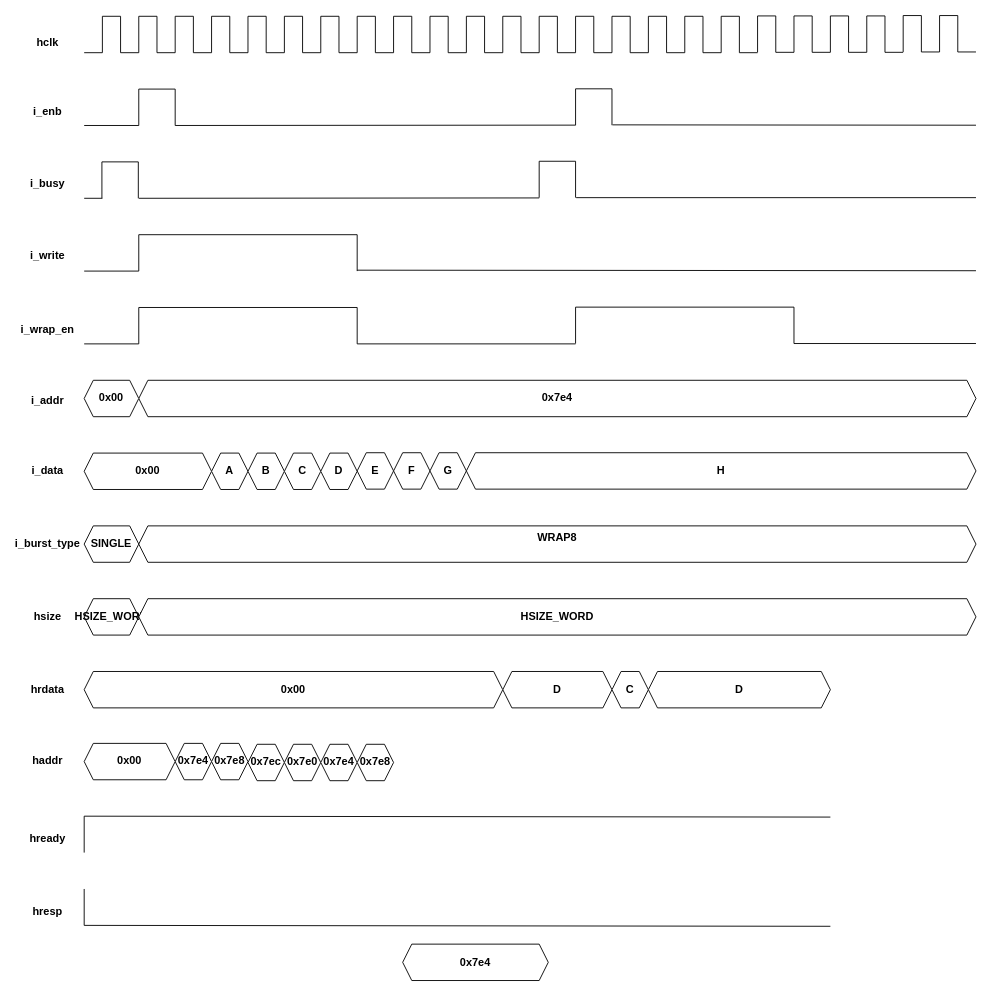
Above: page "WRAP8" (17 of 18) of AMBA AHB.drawio in 106210049/AMBA-AHB (draw.io), before the change. Source tidied: cells renumbered, new cells numbered last; positions are measured from the earlier drawing's top-left corner, leaving out a move shared by most shapes. Both pictures are drawn from the tidied source at 91%, with x=0, y=0 at pixel (20, 15).
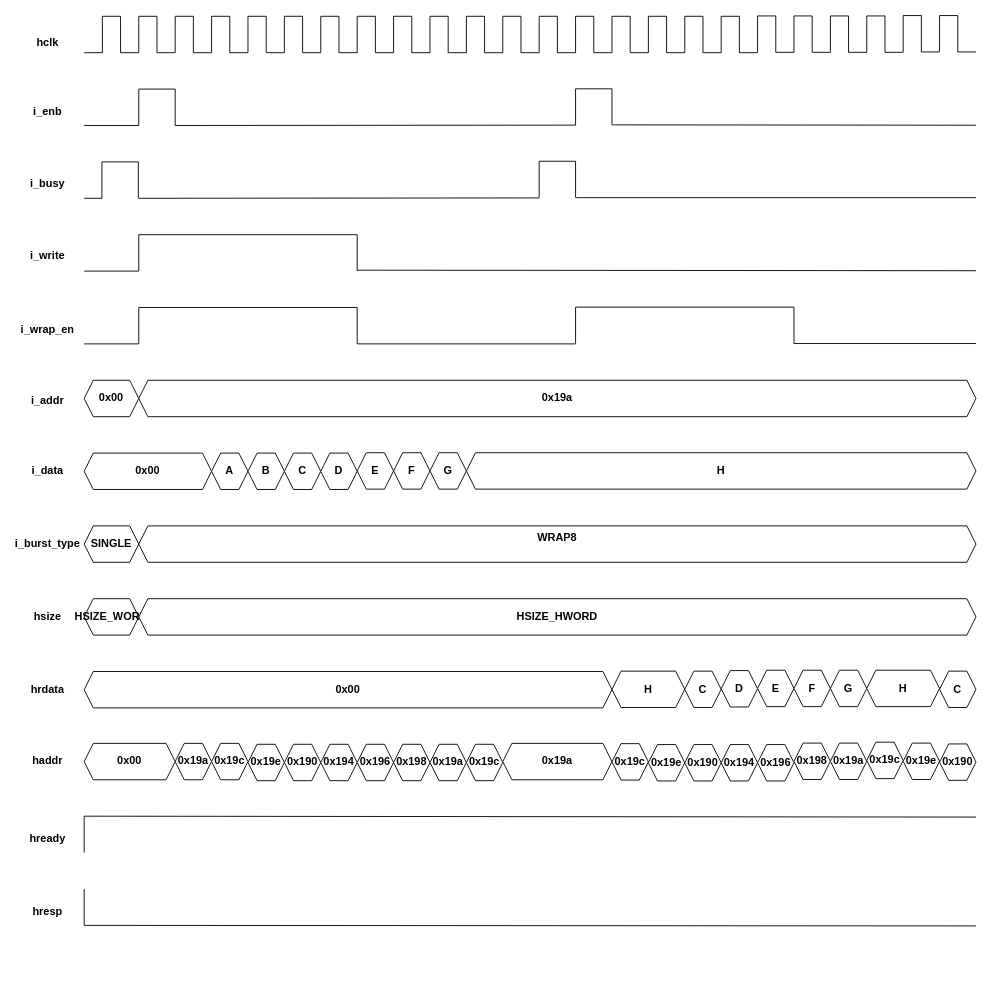
The same diagram, later.

Diff of the diagram source:
```diff
@@
-    <mxCell id="83" value="0x7e4" style="shape=hexagon;perimeter=hexagonPerimeter2;whiteSpace=wrap;html=1;shapeInside=1;fixedSize=1;size=10;fontStyle=1;" parent="1" vertex="1">
+    <mxCell id="83" value="0x19a" style="shape=hexagon;perimeter=hexagonPerimeter2;whiteSpace=wrap;html=1;shapeInside=1;fixedSize=1;size=10;fontStyle=1;" parent="1" vertex="1">
       <mxGeometry x="130" y="400.4" width="920" height="40" as="geometry" />
     </mxCell>
@@
-    <mxCell id="95" value="&lt;div&gt;HSIZE_WORD&lt;/div&gt;" style="shape=hexagon;perimeter=hexagonPerimeter2;whiteSpace=wrap;html=1;shapeInside=1;fixedSize=1;size=10;fontStyle=1;" parent="1" vertex="1">
+    <mxCell id="95" value="&lt;div&gt;HSIZE_HWORD&lt;/div&gt;" style="shape=hexagon;perimeter=hexagonPerimeter2;whiteSpace=wrap;html=1;shapeInside=1;fixedSize=1;size=10;fontStyle=1;" parent="1" vertex="1">
       <mxGeometry x="130" y="640.4" width="920" height="40" as="geometry" />
     </mxCell>
@@
-    <mxCell id="110" value="D" style="shape=hexagon;perimeter=hexagonPerimeter2;whiteSpace=wrap;html=1;shapeInside=1;fixedSize=1;size=10;fontStyle=1;" parent="1" vertex="1">
-      <mxGeometry x="530" y="720.4" width="120" height="40" as="geometry" />
-    </mxCell>
-    <mxCell id="111" value="C" style="shape=hexagon;perimeter=hexagonPerimeter2;whiteSpace=wrap;html=1;shapeInside=1;fixedSize=1;size=10;fontStyle=1;" parent="1" vertex="1">
-      <mxGeometry x="650" y="720.4" width="40" height="40" as="geometry" />
-    </mxCell>
-    <mxCell id="112" value="D" style="shape=hexagon;perimeter=hexagonPerimeter2;whiteSpace=wrap;html=1;shapeInside=1;fixedSize=1;size=10;fontStyle=1;" parent="1" vertex="1">
-      <mxGeometry x="690" y="720.4" width="200" height="40" as="geometry" />
-    </mxCell>
     <mxCell id="113" value="&lt;div&gt;0x00&lt;/div&gt;" style="shape=hexagon;perimeter=hexagonPerimeter2;whiteSpace=wrap;html=1;shapeInside=1;fixedSize=1;size=10;fontStyle=1;" parent="1" vertex="1">
-      <mxGeometry x="70" y="720.4" width="460" height="40" as="geometry" />
+      <mxGeometry x="70" y="720.4" width="580" height="40" as="geometry" />
     </mxCell>
@@
-    <mxCell id="122" value="&lt;div&gt;0x7e4&lt;/div&gt;" style="shape=hexagon;perimeter=hexagonPerimeter2;whiteSpace=wrap;html=1;shapeInside=1;fixedSize=1;size=10;fontStyle=1;" parent="1" vertex="1">
+    <mxCell id="122" value="&lt;div&gt;0x19a&lt;/div&gt;" style="shape=hexagon;perimeter=hexagonPerimeter2;whiteSpace=wrap;html=1;shapeInside=1;fixedSize=1;size=10;fontStyle=1;" parent="1" vertex="1">
       <mxGeometry x="170" y="799.4" width="40" height="40" as="geometry" />
     </mxCell>
@@
     <mxCell id="126" style="endArrow=none;html=1;rounded=0;" parent="1" edge="1">
       <mxGeometry relative="1" as="geometry">
         <mxPoint x="70" y="879.4" as="sourcePoint" />
-        <mxPoint x="890" y="880.4" as="targetPoint" />
+        <mxPoint x="1050" y="880.4" as="targetPoint" />
       </mxGeometry>
     </mxCell>
@@
     <mxCell id="128" style="endArrow=none;html=1;rounded=0;" parent="1" edge="1">
       <mxGeometry relative="1" as="geometry">
         <mxPoint x="70" y="999.4" as="sourcePoint" />
-        <mxPoint x="890" y="1000.4" as="targetPoint" />
+        <mxPoint x="1050" y="1000" as="targetPoint" />
       </mxGeometry>
     </mxCell>
@@
-    <mxCell id="131" value="&lt;div&gt;0x7e8&lt;/div&gt;" style="shape=hexagon;perimeter=hexagonPerimeter2;whiteSpace=wrap;html=1;shapeInside=1;fixedSize=1;size=10;fontStyle=1;" parent="1" vertex="1">
+    <mxCell id="131" value="0x19c" style="shape=hexagon;perimeter=hexagonPerimeter2;whiteSpace=wrap;html=1;shapeInside=1;fixedSize=1;size=10;fontStyle=1;" parent="1" vertex="1">
       <mxGeometry x="210" y="799.4" width="40" height="40" as="geometry" />
     </mxCell>
-    <mxCell id="132" value="&lt;div&gt;0x7ec&lt;/div&gt;" style="shape=hexagon;perimeter=hexagonPerimeter2;whiteSpace=wrap;html=1;shapeInside=1;fixedSize=1;size=10;fontStyle=1;" parent="1" vertex="1">
+    <mxCell id="132" value="0x19e" style="shape=hexagon;perimeter=hexagonPerimeter2;whiteSpace=wrap;html=1;shapeInside=1;fixedSize=1;size=10;fontStyle=1;" parent="1" vertex="1">
       <mxGeometry x="250" y="800.4" width="40" height="40" as="geometry" />
     </mxCell>
-    <mxCell id="133" value="&lt;div&gt;0x7e0&lt;/div&gt;" style="shape=hexagon;perimeter=hexagonPerimeter2;whiteSpace=wrap;html=1;shapeInside=1;fixedSize=1;size=10;fontStyle=1;" parent="1" vertex="1">
+    <mxCell id="133" value="0x190" style="shape=hexagon;perimeter=hexagonPerimeter2;whiteSpace=wrap;html=1;shapeInside=1;fixedSize=1;size=10;fontStyle=1;" parent="1" vertex="1">
       <mxGeometry x="290" y="800.4" width="40" height="40" as="geometry" />
     </mxCell>
-    <mxCell id="134" value="&lt;div style=&quot;&quot;&gt;0x7e4&lt;/div&gt;" style="shape=hexagon;perimeter=hexagonPerimeter2;whiteSpace=wrap;html=1;shapeInside=1;fixedSize=1;size=10;fontStyle=1;" parent="1" vertex="1">
+    <mxCell id="134" value="0x194" style="shape=hexagon;perimeter=hexagonPerimeter2;whiteSpace=wrap;html=1;shapeInside=1;fixedSize=1;size=10;fontStyle=1;" parent="1" vertex="1">
       <mxGeometry x="330" y="800.4" width="40" height="40" as="geometry" />
     </mxCell>
@@
-    <mxCell id="143" value="&lt;div style=&quot;&quot;&gt;0x7e8&lt;/div&gt;" style="shape=hexagon;perimeter=hexagonPerimeter2;whiteSpace=wrap;html=1;shapeInside=1;fixedSize=1;size=10;fontStyle=1;" parent="1" vertex="1">
+    <mxCell id="143" value="0x196" style="shape=hexagon;perimeter=hexagonPerimeter2;whiteSpace=wrap;html=1;shapeInside=1;fixedSize=1;size=10;fontStyle=1;" parent="1" vertex="1">
       <mxGeometry x="370" y="800.4" width="40" height="40" as="geometry" />
     </mxCell>
-    <mxCell id="144" value="&lt;div style=&quot;&quot;&gt;0x7e4&lt;/div&gt;" style="shape=hexagon;perimeter=hexagonPerimeter2;whiteSpace=wrap;html=1;shapeInside=1;fixedSize=1;size=10;fontStyle=1;" parent="1" vertex="1">
-      <mxGeometry x="420" y="1020" width="160" height="40" as="geometry" />
-    </mxCell>
@@
+    <mxCell id="175" value="0x198" style="shape=hexagon;perimeter=hexagonPerimeter2;whiteSpace=wrap;html=1;shapeInside=1;fixedSize=1;size=10;fontStyle=1;" parent="1" vertex="1">
+      <mxGeometry x="410" y="800.4" width="40" height="40" as="geometry" />
+    </mxCell>
+    <mxCell id="176" value="0x19a" style="shape=hexagon;perimeter=hexagonPerimeter2;whiteSpace=wrap;html=1;shapeInside=1;fixedSize=1;size=10;fontStyle=1;" parent="1" vertex="1">
+      <mxGeometry x="450" y="800.4" width="40" height="40" as="geometry" />
+    </mxCell>
+    <mxCell id="177" value="0x19c" style="shape=hexagon;perimeter=hexagonPerimeter2;whiteSpace=wrap;html=1;shapeInside=1;fixedSize=1;size=10;fontStyle=1;" parent="1" vertex="1">
+      <mxGeometry x="490" y="800.4" width="40" height="40" as="geometry" />
+    </mxCell>
+    <mxCell id="178" value="0x19a" style="shape=hexagon;perimeter=hexagonPerimeter2;whiteSpace=wrap;html=1;shapeInside=1;fixedSize=1;size=10;fontStyle=1;" parent="1" vertex="1">
+      <mxGeometry x="530" y="799.4" width="120" height="40" as="geometry" />
+    </mxCell>
+    <mxCell id="179" value="0x19c" style="shape=hexagon;perimeter=hexagonPerimeter2;whiteSpace=wrap;html=1;shapeInside=1;fixedSize=1;size=10;fontStyle=1;" parent="1" vertex="1">
+      <mxGeometry x="650" y="799.7" width="40" height="40" as="geometry" />
+    </mxCell>
+    <mxCell id="180" value="0x19e" style="shape=hexagon;perimeter=hexagonPerimeter2;whiteSpace=wrap;html=1;shapeInside=1;fixedSize=1;size=10;fontStyle=1;" parent="1" vertex="1">
+      <mxGeometry x="690" y="800.7" width="40" height="40" as="geometry" />
+    </mxCell>
+    <mxCell id="181" value="0x190" style="shape=hexagon;perimeter=hexagonPerimeter2;whiteSpace=wrap;html=1;shapeInside=1;fixedSize=1;size=10;fontStyle=1;" parent="1" vertex="1">
+      <mxGeometry x="730" y="800.7" width="40" height="40" as="geometry" />
+    </mxCell>
+    <mxCell id="182" value="0x194" style="shape=hexagon;perimeter=hexagonPerimeter2;whiteSpace=wrap;html=1;shapeInside=1;fixedSize=1;size=10;fontStyle=1;" parent="1" vertex="1">
+      <mxGeometry x="770" y="800.7" width="40" height="40" as="geometry" />
+    </mxCell>
+    <mxCell id="183" value="0x196" style="shape=hexagon;perimeter=hexagonPerimeter2;whiteSpace=wrap;html=1;shapeInside=1;fixedSize=1;size=10;fontStyle=1;" parent="1" vertex="1">
+      <mxGeometry x="810" y="800.7" width="40" height="40" as="geometry" />
+    </mxCell>
+    <mxCell id="184" value="0x198" style="shape=hexagon;perimeter=hexagonPerimeter2;whiteSpace=wrap;html=1;shapeInside=1;fixedSize=1;size=10;fontStyle=1;" parent="1" vertex="1">
+      <mxGeometry x="850" y="799.1" width="40" height="40" as="geometry" />
+    </mxCell>
+    <mxCell id="185" value="0x19a" style="shape=hexagon;perimeter=hexagonPerimeter2;whiteSpace=wrap;html=1;shapeInside=1;fixedSize=1;size=10;fontStyle=1;" parent="1" vertex="1">
+      <mxGeometry x="890" y="799.1" width="40" height="40" as="geometry" />
+    </mxCell>
+    <mxCell id="186" value="0x19c" style="shape=hexagon;perimeter=hexagonPerimeter2;whiteSpace=wrap;html=1;shapeInside=1;fixedSize=1;size=10;fontStyle=1;" parent="1" vertex="1">
+      <mxGeometry x="930" y="798.1" width="40" height="40" as="geometry" />
+    </mxCell>
+    <mxCell id="187" value="0x19e" style="shape=hexagon;perimeter=hexagonPerimeter2;whiteSpace=wrap;html=1;shapeInside=1;fixedSize=1;size=10;fontStyle=1;" parent="1" vertex="1">
+      <mxGeometry x="970" y="799.1" width="40" height="40" as="geometry" />
+    </mxCell>
+    <mxCell id="188" value="H" style="shape=hexagon;perimeter=hexagonPerimeter2;whiteSpace=wrap;html=1;shapeInside=1;fixedSize=1;size=10;fontStyle=1;" parent="1" vertex="1">
+      <mxGeometry x="650" y="720" width="80" height="40" as="geometry" />
+    </mxCell>
+    <mxCell id="189" value="C" style="shape=hexagon;perimeter=hexagonPerimeter2;whiteSpace=wrap;html=1;shapeInside=1;fixedSize=1;size=10;fontStyle=1;" parent="1" vertex="1">
+      <mxGeometry x="730" y="720" width="40" height="40" as="geometry" />
+    </mxCell>
+    <mxCell id="190" value="&lt;div&gt;D&lt;/div&gt;" style="shape=hexagon;perimeter=hexagonPerimeter2;whiteSpace=wrap;html=1;shapeInside=1;fixedSize=1;size=10;fontStyle=1;" parent="1" vertex="1">
+      <mxGeometry x="770" y="719.4" width="40" height="40" as="geometry" />
+    </mxCell>
+    <mxCell id="191" value="E" style="shape=hexagon;perimeter=hexagonPerimeter2;whiteSpace=wrap;html=1;shapeInside=1;fixedSize=1;size=10;fontStyle=1;" parent="1" vertex="1">
+      <mxGeometry x="810" y="719" width="40" height="40" as="geometry" />
+    </mxCell>
+    <mxCell id="192" value="F" style="shape=hexagon;perimeter=hexagonPerimeter2;whiteSpace=wrap;html=1;shapeInside=1;fixedSize=1;size=10;fontStyle=1;" parent="1" vertex="1">
+      <mxGeometry x="850" y="719" width="40" height="40" as="geometry" />
+    </mxCell>
+    <mxCell id="193" value="G" style="shape=hexagon;perimeter=hexagonPerimeter2;whiteSpace=wrap;html=1;shapeInside=1;fixedSize=1;size=10;fontStyle=1;" parent="1" vertex="1">
+      <mxGeometry x="890" y="719" width="40" height="40" as="geometry" />
+    </mxCell>
+    <mxCell id="194" value="H" style="shape=hexagon;perimeter=hexagonPerimeter2;whiteSpace=wrap;html=1;shapeInside=1;fixedSize=1;size=10;fontStyle=1;" parent="1" vertex="1">
+      <mxGeometry x="930" y="719" width="80" height="40" as="geometry" />
+    </mxCell>
+    <mxCell id="195" value="C" style="shape=hexagon;perimeter=hexagonPerimeter2;whiteSpace=wrap;html=1;shapeInside=1;fixedSize=1;size=10;fontStyle=1;" parent="1" vertex="1">
+      <mxGeometry x="1010" y="720" width="40" height="40" as="geometry" />
+    </mxCell>
+    <mxCell id="196" value="0x190" style="shape=hexagon;perimeter=hexagonPerimeter2;whiteSpace=wrap;html=1;shapeInside=1;fixedSize=1;size=10;fontStyle=1;" parent="1" vertex="1">
+      <mxGeometry x="1010" y="800" width="40" height="40" as="geometry" />
+    </mxCell>
```
